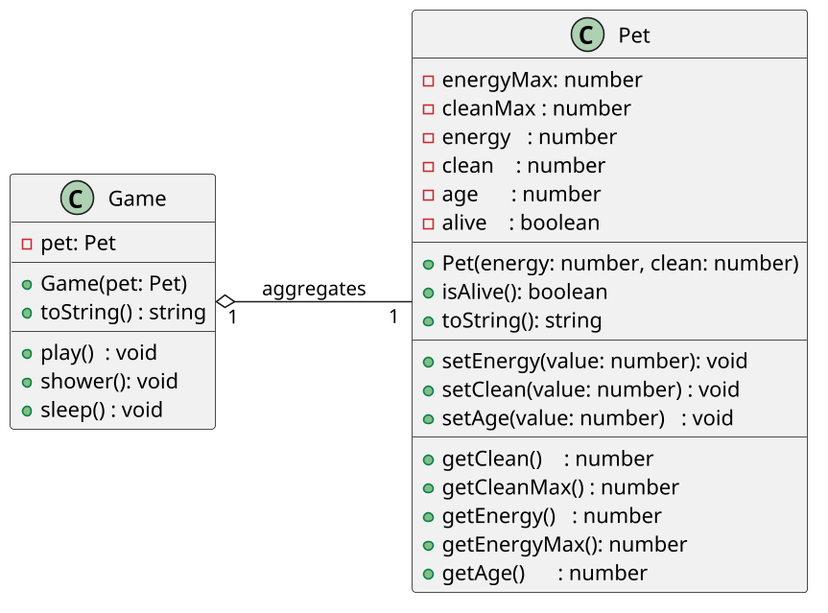
Above: labs/tamagotchi/assets/diagrama.png in qxcodepoo/arcade (PlantUML), before the change. The source it was exported from:
```plantuml
@startuml

skinparam defaultFontName "Source Code Pro"
skinparam dpi 150

left to right direction

class Pet {
    - energyMax: number
    - cleanMax : number
    - energy   : number
    - clean    : number
    - age      : number
    - alive    : boolean
    __
    + Pet(energy: number, clean: number)
    + isAlive(): boolean
    + toString(): string
    __
    + setEnergy(value: number): void
    + setClean(value: number) : void
    + setAge(value: number)   : void
    __
    + getClean()    : number
    + getCleanMax() : number
    + getEnergy()   : number
    + getEnergyMax(): number
    + getAge()      : number
}

class Game {
    - pet: Pet
    __
    + Game(pet: Pet)
    + toString() : string
    __
    + play()  : void
    + shower(): void
    + sleep() : void
}

Game "1" o-- "1" Pet : aggregates

@enduml
```
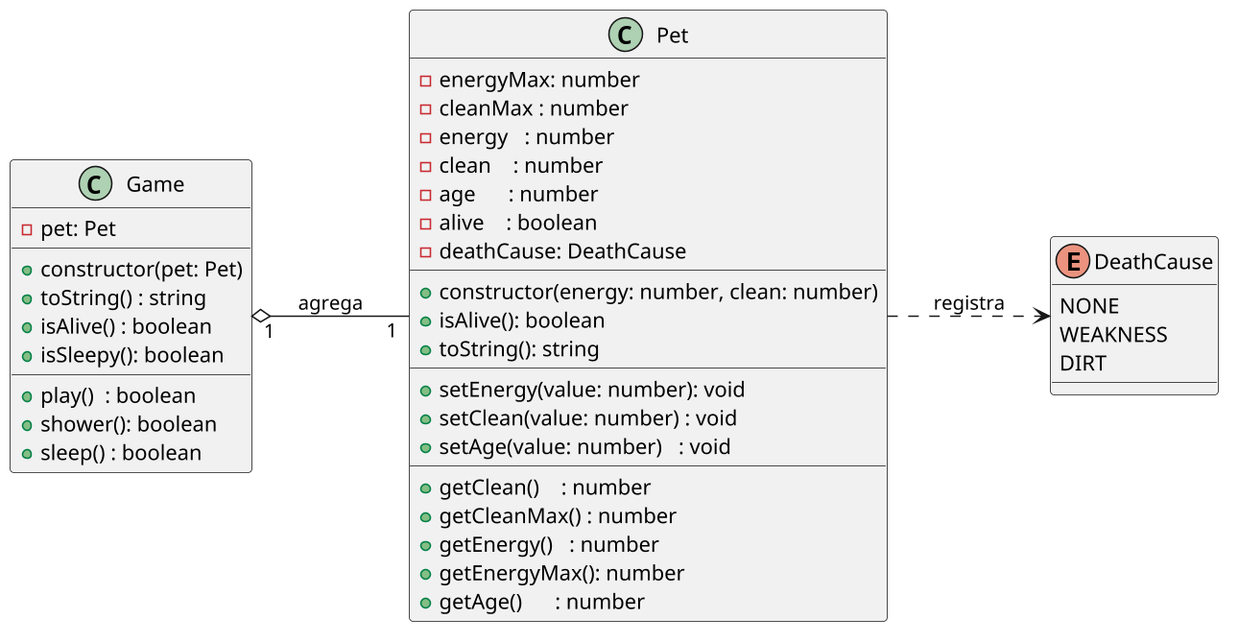
The same file after the commit.

The edit, as a diff of the source:
```diff
@@ -4,6 +4,12 @@
 skinparam dpi 150
 
 left to right direction
+
+enum DeathCause {
+    NONE
+    WEAKNESS
+    DIRT
+}
 
 class Pet {
     - energyMax: number
@@ -12,8 +18,9 @@
     - clean    : number
     - age      : number
     - alive    : boolean
+    - deathCause: DeathCause
     __
-    + Pet(energy: number, clean: number)
+    + constructor(energy: number, clean: number)
     + isAlive(): boolean
     + toString(): string
     __
@@ -31,14 +38,17 @@
 class Game {
     - pet: Pet
     __
-    + Game(pet: Pet)
+    + constructor(pet: Pet)
     + toString() : string
+    + isAlive() : boolean
+    + isSleepy(): boolean
     __
-    + play()  : void
-    + shower(): void
-    + sleep() : void
+    + play()  : boolean
+    + shower(): boolean
+    + sleep() : boolean
 }
 
-Game "1" o-- "1" Pet : aggregates
+Game "1" o-- "1" Pet : agrega
+Pet ..> DeathCause : registra
 
 @enduml
```
